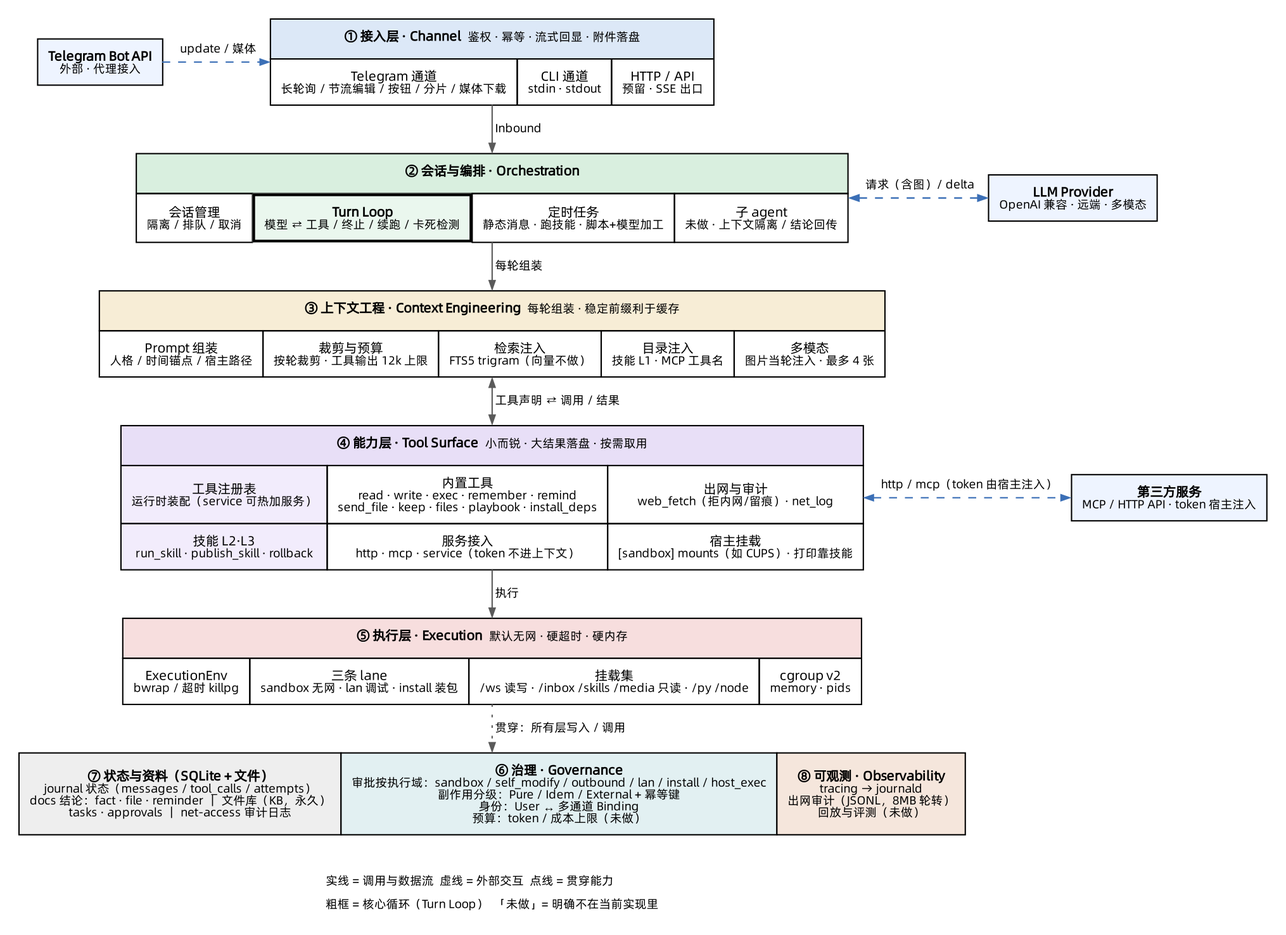
Earlier version of the Graphviz export docs/architecture.png (babydragon/chuan). Its source is kept beside it as docs/architecture.dot. The source it was exported from:
```dot
digraph chuan_harness {
  graph [rankdir=TB, splines=spline, nodesep=0.30, ranksep=0.34, pad=0.20,
         fontname="Alibaba PuHuiTi", fontsize=11, newrank=true];
  node  [shape=plaintext, fontname="Alibaba PuHuiTi", fontsize=10, margin=0];
  edge  [fontname="Alibaba PuHuiTi", fontsize=9, color="#5a5a5a", arrowsize=0.65];

  /* ================= 外部系统 ================= */
  ext_tg  [label=<<TABLE BORDER="0" CELLBORDER="1" CELLSPACING="0" CELLPADDING="7" BGCOLOR="#eef4ff"><TR><TD><B>Telegram Bot API</B><BR/><FONT POINT-SIZE="9">外部 · 代理接入</FONT></TD></TR></TABLE>>];
  ext_llm [label=<<TABLE BORDER="0" CELLBORDER="1" CELLSPACING="0" CELLPADDING="7" BGCOLOR="#eef4ff"><TR><TD><B>LLM Provider</B><BR/><FONT POINT-SIZE="9">OpenAI 兼容 · 远端 · 多模态</FONT></TD></TR></TABLE>>];
  ext_svc [label=<<TABLE BORDER="0" CELLBORDER="1" CELLSPACING="0" CELLPADDING="7" BGCOLOR="#eef4ff"><TR><TD><B>第三方服务</B><BR/><FONT POINT-SIZE="9">MCP / HTTP API · token 宿主注入</FONT></TD></TR></TABLE>>];

  /* ================= ① 接入层 ================= */
  L1 [label=<<TABLE BORDER="0" CELLBORDER="1" CELLSPACING="0" CELLPADDING="7">
    <TR><TD COLSPAN="3" BGCOLOR="#dce8f7"><B>① 接入层 · Channel</B>　<FONT POINT-SIZE="9">鉴权 · 幂等 · 流式回显 · 附件落盘</FONT></TD></TR>
    <TR><TD>Telegram 通道<BR/><FONT POINT-SIZE="9">长轮询 / 节流编辑 / 按钮 / 分片 / 媒体下载</FONT></TD>
        <TD>CLI 通道<BR/><FONT POINT-SIZE="9">stdin · stdout</FONT></TD>
        <TD>HTTP / API<BR/><FONT POINT-SIZE="9">预留 · SSE 出口</FONT></TD></TR>
  </TABLE>>];

  /* ================= ② 会话与编排 ================= */
  L2 [label=<<TABLE BORDER="0" CELLBORDER="1" CELLSPACING="0" CELLPADDING="7">
    <TR><TD COLSPAN="4" BGCOLOR="#d9efdf"><B>② 会话与编排 · Orchestration</B></TD></TR>
    <TR><TD>会话管理<BR/><FONT POINT-SIZE="9">隔离 / 排队 / 取消</FONT></TD>
        <TD BGCOLOR="#eaf7ee" BORDER="2"><B>Turn Loop</B><BR/><FONT POINT-SIZE="9">模型 ⇄ 工具 / 终止 / 续跑 / 卡死检测</FONT></TD>
        <TD>定时任务<BR/><FONT POINT-SIZE="9">静态消息 · 跑技能 · 脚本+模型加工</FONT></TD>
        <TD>子 agent<BR/><FONT POINT-SIZE="9">未做 · 上下文隔离 / 结论回传</FONT></TD></TR>
  </TABLE>>];

  /* ================= ③ 上下文工程 ================= */
  L3 [label=<<TABLE BORDER="0" CELLBORDER="1" CELLSPACING="0" CELLPADDING="7">
    <TR><TD COLSPAN="5" BGCOLOR="#f7edd6"><B>③ 上下文工程 · Context Engineering</B>　<FONT POINT-SIZE="9">每轮组装 · 稳定前缀利于缓存</FONT></TD></TR>
    <TR><TD>Prompt 组装<BR/><FONT POINT-SIZE="9">人格 / 时间锚点 / 宿主路径</FONT></TD>
        <TD>裁剪与预算<BR/><FONT POINT-SIZE="9">按轮裁剪 · 工具输出 12k 上限</FONT></TD>
        <TD>检索注入<BR/><FONT POINT-SIZE="9">FTS5 trigram（向量不做）</FONT></TD>
        <TD>目录注入<BR/><FONT POINT-SIZE="9">技能 L1 · MCP 工具名</FONT></TD>
        <TD>多模态<BR/><FONT POINT-SIZE="9">图片当轮注入 · 最多 4 张</FONT></TD></TR>
  </TABLE>>];

  /* ================= ④ 能力层 ================= */
  L4 [label=<<TABLE BORDER="0" CELLBORDER="1" CELLSPACING="0" CELLPADDING="7">
    <TR><TD COLSPAN="3" BGCOLOR="#e8dff7"><B>④ 能力层 · Tool Surface</B>　<FONT POINT-SIZE="9">小而锐 · 大结果落盘 · 按需取用</FONT></TD></TR>
    <TR><TD BGCOLOR="#f2ecfc">工具注册表<BR/><FONT POINT-SIZE="9">运行时装配（service 可热加服务）</FONT></TD>
        <TD>内置工具<BR/><FONT POINT-SIZE="9">read · write · exec · remember · remind</FONT><BR/><FONT POINT-SIZE="9">send_file · keep · files · playbook · install_deps</FONT></TD>
        <TD>出网与审计<BR/><FONT POINT-SIZE="9">web_fetch（拒内网/留痕）· net_log</FONT></TD></TR>
    <TR><TD BGCOLOR="#f2ecfc">技能 L2·L3<BR/><FONT POINT-SIZE="9">run_skill · publish_skill · rollback</FONT></TD>
        <TD>服务接入<BR/><FONT POINT-SIZE="9">http · mcp · service（token 不进上下文）</FONT></TD>
        <TD>宿主挂载<BR/><FONT POINT-SIZE="9">[sandbox] mounts（如 CUPS）· 打印靠技能</FONT></TD></TR>
  </TABLE>>];

  /* ================= ⑤ 执行层 ================= */
  L5 [label=<<TABLE BORDER="0" CELLBORDER="1" CELLSPACING="0" CELLPADDING="7">
    <TR><TD COLSPAN="4" BGCOLOR="#f7dede"><B>⑤ 执行层 · Execution</B>　<FONT POINT-SIZE="9">默认无网 · 硬超时 · 硬内存</FONT></TD></TR>
    <TR><TD>ExecutionEnv<BR/><FONT POINT-SIZE="9">bwrap / 超时 killpg</FONT></TD>
        <TD>三条 lane<BR/><FONT POINT-SIZE="9">sandbox 无网 · lan 调试 · install 装包</FONT></TD>
        <TD>挂载集<BR/><FONT POINT-SIZE="9">/ws 读写 · /inbox /skills /media 只读 · /py /node</FONT></TD>
        <TD>cgroup v2<BR/><FONT POINT-SIZE="9">memory · pids</FONT></TD></TR>
  </TABLE>>];

  /* ================= 贯穿层 ================= */
  P [label=<<TABLE BORDER="0" CELLBORDER="1" CELLSPACING="0" CELLPADDING="7">
    <TR>
      <TD BGCOLOR="#eeeeee" ALIGN="LEFT"><B>⑦ 状态与资料（SQLite + 文件）</B><BR/><FONT POINT-SIZE="9">journal 状态（messages / tool_calls / attempts）<BR/>docs 结论：fact · file · reminder ｜ 文件库（KB，永久）<BR/>tasks · approvals ｜ net-access 审计日志</FONT></TD>
      <TD BGCOLOR="#e2f0f2" ALIGN="LEFT"><B>⑥ 治理 · Governance</B><BR/><FONT POINT-SIZE="9">审批按执行域：sandbox / self_modify / outbound / lan / install / host_exec<BR/>副作用分级：Pure / Idem / External + 幂等键<BR/>身份：User ↔ 多通道 Binding<BR/>预算：token / 成本上限（未做）</FONT></TD>
      <TD BGCOLOR="#f5e6dc" ALIGN="LEFT"><B>⑧ 可观测 · Observability</B><BR/><FONT POINT-SIZE="9">tracing → journald<BR/>出网审计（JSONL，8MB 轮转）<BR/>回放与评测（未做）</FONT></TD>
    </TR>
  </TABLE>>];

  /* ================= 连线 ================= */
  ext_tg  -> L1 [style=dashed, color="#3b6fb6", label=" update / 媒体"];
  ext_llm -> L2 [dir=both, style=dashed, color="#3b6fb6", penwidth=1.2, label=" 请求（含图）/ delta"];
  L4 -> ext_svc [dir=both, style=dashed, color="#3b6fb6", label=" http / mcp（token 由宿主注入）"];

  L1 -> L2 [label=" Inbound"];
  L2 -> L3 [label=" 每轮组装"];
  L3 -> L4 [dir=both, label=" 工具声明 ⇄ 调用 / 结果"];
  L4 -> L5 [label=" 执行"];
  L5 -> P  [style=dotted, label=" 贯穿：所有层写入 / 调用"];

  /* ================= 图例 ================= */
  leg [label=<<TABLE BORDER="0" CELLSPACING="1" CELLPADDING="2">
    <TR><TD ALIGN="LEFT"><FONT POINT-SIZE="9">实线 = 调用与数据流　虚线 = 外部交互　点线 = 贯穿能力</FONT></TD></TR>
    <TR><TD ALIGN="LEFT"><FONT POINT-SIZE="9">粗框 = 核心循环（Turn Loop）　「未做」= 明确不在当前实现里</FONT></TD></TR>
  </TABLE>>];
  { rank=same; L1; ext_tg; }
  { rank=same; L2; ext_llm; }
  { rank=same; L4; ext_svc; }
  L1 -> ext_tg [style=invis];
  L2 -> ext_llm [style=invis];
  { rank=sink; leg; }
  P -> leg [style=invis];
}
```
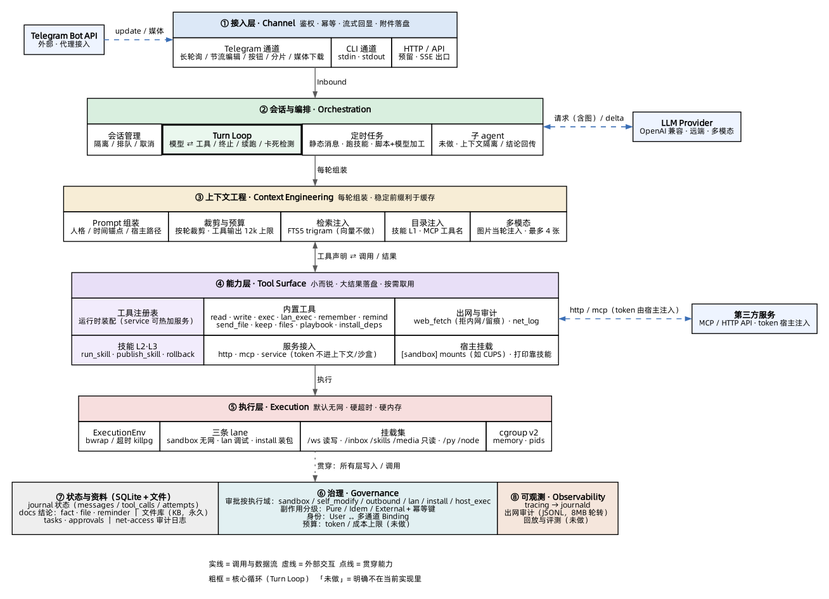
After the change.

Change to the diagram source:
```diff
@@ -40,10 +40,10 @@
   L4 [label=<<TABLE BORDER="0" CELLBORDER="1" CELLSPACING="0" CELLPADDING="7">
     <TR><TD COLSPAN="3" BGCOLOR="#e8dff7"><B>④ 能力层 · Tool Surface</B>　<FONT POINT-SIZE="9">小而锐 · 大结果落盘 · 按需取用</FONT></TD></TR>
     <TR><TD BGCOLOR="#f2ecfc">工具注册表<BR/><FONT POINT-SIZE="9">运行时装配（service 可热加服务）</FONT></TD>
-        <TD>内置工具<BR/><FONT POINT-SIZE="9">read · write · exec · remember · remind</FONT><BR/><FONT POINT-SIZE="9">send_file · keep · files · playbook · install_deps</FONT></TD>
+        <TD>内置工具<BR/><FONT POINT-SIZE="9">read · write · exec · lan_exec · remember · remind</FONT><BR/><FONT POINT-SIZE="9">send_file · keep · files · playbook · install_deps</FONT></TD>
         <TD>出网与审计<BR/><FONT POINT-SIZE="9">web_fetch（拒内网/留痕）· net_log</FONT></TD></TR>
     <TR><TD BGCOLOR="#f2ecfc">技能 L2·L3<BR/><FONT POINT-SIZE="9">run_skill · publish_skill · rollback</FONT></TD>
-        <TD>服务接入<BR/><FONT POINT-SIZE="9">http · mcp · service（token 不进上下文）</FONT></TD>
+        <TD>服务接入<BR/><FONT POINT-SIZE="9">http · mcp · service（token 不进上下文/沙盒）</FONT></TD>
         <TD>宿主挂载<BR/><FONT POINT-SIZE="9">[sandbox] mounts（如 CUPS）· 打印靠技能</FONT></TD></TR>
   </TABLE>>];
 
```
